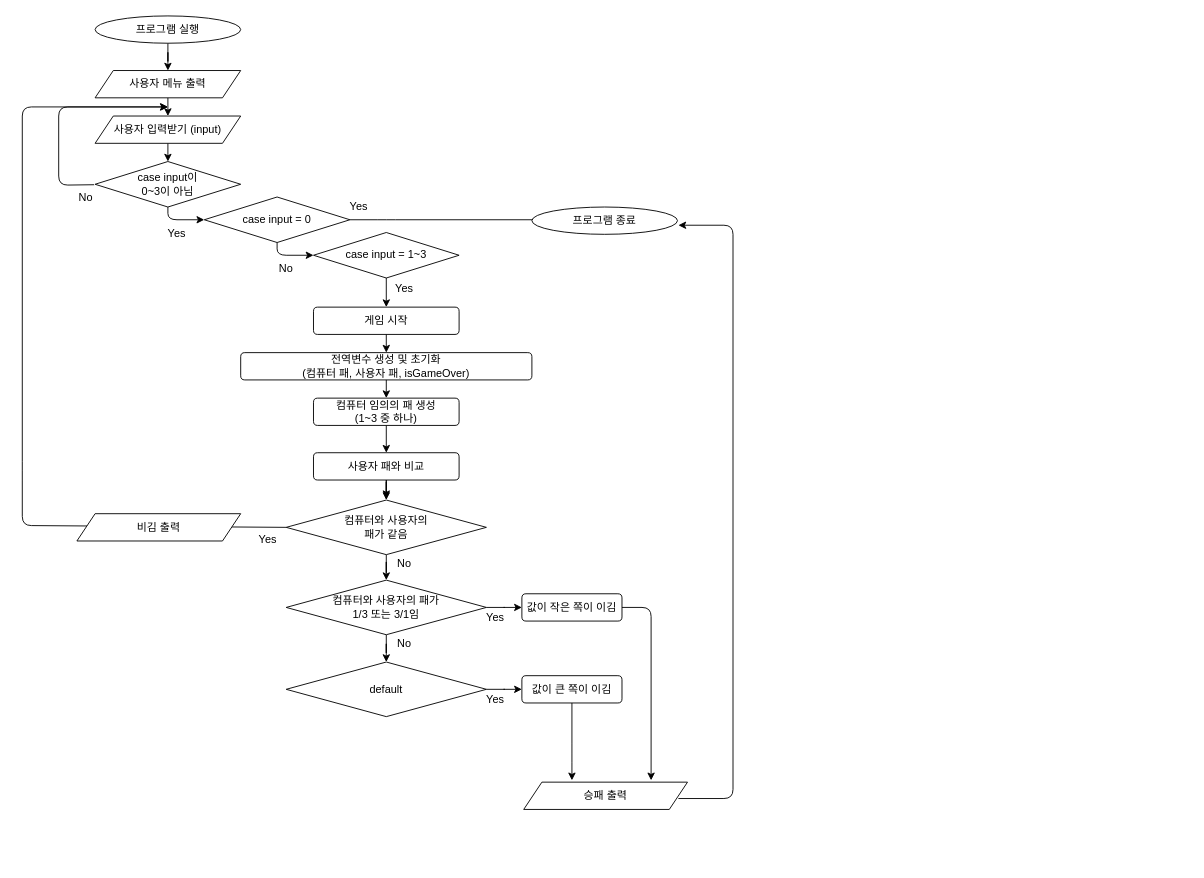
This is rockPaperScissors.drawio from just1103/Swift_Syntax, a draw.io file, before an edit. Source tidied: cells renumbered, new cells numbered last; positions are measured from the earlier drawing's top-left corner, leaving out a move shared by most shapes. Both pictures are drawn from the tidied source at 91%, with x=0, y=0 at pixel (22, 15).
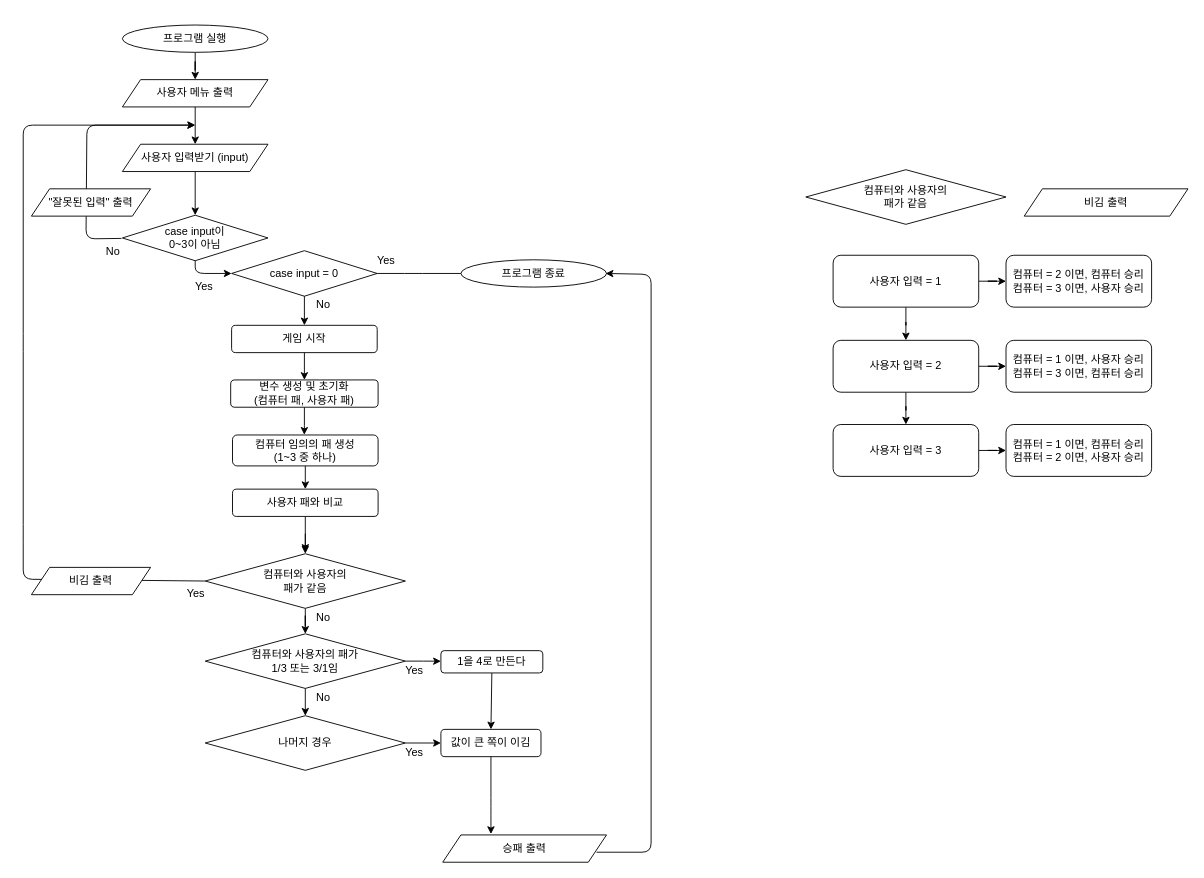
Above is the later version.

The edit, as a diff of the source:
```diff
@@
     <mxCell id="3" value="프로그램 실행" style="ellipse;whiteSpace=wrap;html=1;" parent="1" vertex="1">
-      <mxGeometry x="80" width="160" height="30" as="geometry" />
+      <mxGeometry x="110" y="10" width="160" height="30" as="geometry" />
     </mxCell>
-    <mxCell id="4" style="edgeStyle=orthogonalEdgeStyle;rounded=0;orthogonalLoop=1;jettySize=auto;html=1;entryX=0.5;entryY=0;entryDx=0;entryDy=0;" parent="1" edge="1">
-      <mxGeometry relative="1" as="geometry">
-        <mxPoint x="160" y="90" as="sourcePoint" />
-        <mxPoint x="160" y="110" as="targetPoint" />
-      </mxGeometry>
-    </mxCell>
     <mxCell id="5" value="&lt;font style=&quot;font-size: 12px&quot;&gt;case input이 &lt;br&gt;0~3이 아님&lt;br&gt;&lt;/font&gt;" style="rhombus;whiteSpace=wrap;html=1;" parent="1" vertex="1">
-      <mxGeometry x="80" y="160" width="160" height="50" as="geometry" />
+      <mxGeometry x="110" y="219" width="160" height="50" as="geometry" />
     </mxCell>
     <mxCell id="6" style="endArrow=classic;html=1;" parent="1" edge="1">
       <mxGeometry relative="1" as="geometry">
-        <mxPoint x="79" y="185.5" as="sourcePoint" />
-        <mxPoint x="160" y="100" as="targetPoint" />
+        <mxPoint x="109" y="244.5" as="sourcePoint" />
+        <mxPoint x="190" y="120" as="targetPoint" />
         <Array as="points">
-          <mxPoint x="40" y="186" />
-          <mxPoint x="40" y="100" />
+          <mxPoint x="70" y="245" />
+          <mxPoint x="71" y="120" />
         </Array>
       </mxGeometry>
     </mxCell>
     <mxCell id="7" style="endArrow=classic;html=1;exitX=0.5;exitY=1;exitDx=0;exitDy=0;entryX=0;entryY=0.5;entryDx=0;entryDy=0;" parent="1" edge="1" source="5" target="13">
       <mxGeometry relative="1" as="geometry">
         <Array as="points">
-          <mxPoint x="160" y="224" />
+          <mxPoint x="190" y="283" />
         </Array>
       </mxGeometry>
     </mxCell>
-    <mxCell id="8" style="endArrow=classic;html=1;" parent="1" edge="1">
+    <mxCell id="8" style="endArrow=classic;html=1;exitX=0.5;exitY=1;exitDx=0;exitDy=0;entryX=0.5;entryY=0;entryDx=0;entryDy=0;" parent="1" edge="1" target="20">
       <mxGeometry relative="1" as="geometry">
-        <mxPoint x="400" y="280" as="sourcePoint" />
-        <mxPoint x="400" y="320" as="targetPoint" />
+        <mxPoint x="310" y="307" as="sourcePoint" />
       </mxGeometry>
     </mxCell>
     <mxCell id="9" value="No" style="text;html=1;strokeColor=none;fillColor=none;align=center;verticalAlign=middle;whiteSpace=wrap;rounded=0;" parent="1" vertex="1">
-      <mxGeometry x="50" y="190" width="40" height="20" as="geometry" />
+      <mxGeometry x="80" y="249" width="40" height="20" as="geometry" />
     </mxCell>
     <mxCell id="10" value="Yes" style="text;html=1;strokeColor=none;fillColor=none;align=center;verticalAlign=middle;whiteSpace=wrap;rounded=0;" parent="1" vertex="1">
-      <mxGeometry x="150" y="229" width="40" height="20" as="geometry" />
+      <mxGeometry x="180" y="288" width="40" height="20" as="geometry" />
     </mxCell>
     <mxCell id="11" value="Yes" style="text;html=1;strokeColor=none;fillColor=none;align=center;verticalAlign=middle;whiteSpace=wrap;rounded=0;" parent="1" vertex="1">
-      <mxGeometry x="350" y="200" width="40" height="20" as="geometry" />
+      <mxGeometry x="380" y="259" width="40" height="20" as="geometry" />
     </mxCell>
-    <mxCell id="12" style="edgeStyle=orthogonalEdgeStyle;rounded=0;jettySize=auto;html=1;entryX=0.5;entryY=0;entryDx=0;entryDy=0;exitX=0.5;exitY=1;exitDx=0;exitDy=0;" parent="1" edge="1" target="5">
-      <mxGeometry relative="1" as="geometry">
-        <mxPoint x="160" y="140" as="sourcePoint" />
-      </mxGeometry>
-    </mxCell>
     <mxCell id="13" value="case input = 0" style="rhombus;whiteSpace=wrap;html=1;" parent="1" vertex="1">
-      <mxGeometry x="200" y="199" width="160" height="50" as="geometry" />
+      <mxGeometry x="230" y="258" width="160" height="50" as="geometry" />
     </mxCell>
     <mxCell id="14" value="No" style="text;html=1;strokeColor=none;fillColor=none;align=center;verticalAlign=middle;whiteSpace=wrap;rounded=0;" parent="1" vertex="1">
-      <mxGeometry x="270" y="268" width="40" height="20" as="geometry" />
+      <mxGeometry x="311" y="308" width="40" height="20" as="geometry" />
     </mxCell>
     <mxCell id="15" style="endArrow=classic;html=1;exitX=1;exitY=0.5;exitDx=0;exitDy=0;" parent="1" edge="1">
       <mxGeometry relative="1" as="geometry">
-        <mxPoint x="360" y="224" as="sourcePoint" />
-        <mxPoint x="590" y="224" as="targetPoint" />
+        <mxPoint x="390" y="283" as="sourcePoint" />
+        <mxPoint x="620" y="283" as="targetPoint" />
         <Array as="points">
-          <mxPoint x="400" y="224" />
+          <mxPoint x="430" y="283" />
         </Array>
       </mxGeometry>
     </mxCell>
-    <mxCell id="16" value="case input = 1~3" style="rhombus;whiteSpace=wrap;html=1;" parent="1" vertex="1">
-      <mxGeometry x="320" y="238" width="160" height="50" as="geometry" />
-    </mxCell>
-    <mxCell id="17" style="endArrow=classic;html=1;entryX=0;entryY=0.5;entryDx=0;entryDy=0;exitX=0.5;exitY=1;exitDx=0;exitDy=0;" parent="1" edge="1" source="13" target="16">
-      <mxGeometry relative="1" as="geometry">
-        <Array as="points">
-          <mxPoint x="280" y="263" />
-        </Array>
-      </mxGeometry>
-    </mxCell>
     <mxCell id="18" value="프로그램 종료" style="ellipse;whiteSpace=wrap;html=1;" parent="1" vertex="1">
-      <mxGeometry x="560" y="210" width="160" height="30" as="geometry" />
+      <mxGeometry x="482" y="268" width="160" height="30" as="geometry" />
     </mxCell>
-    <mxCell id="19" value="Yes" style="text;html=1;strokeColor=none;fillColor=none;align=center;verticalAlign=middle;whiteSpace=wrap;rounded=0;" parent="1" vertex="1">
-      <mxGeometry x="400" y="290" width="40" height="20" as="geometry" />
-    </mxCell>
     <mxCell id="20" value="게임 시작" style="rounded=1;whiteSpace=wrap;html=1;" parent="1" vertex="1">
-      <mxGeometry x="320" y="320" width="160" height="30" as="geometry" />
+      <mxGeometry x="230" y="340" width="160" height="30" as="geometry" />
     </mxCell>
@@
     <mxCell id="22" value="사용자 패와 비교" style="rounded=1;whiteSpace=wrap;html=1;" parent="1" vertex="1">
-      <mxGeometry x="320" y="480" width="160" height="30" as="geometry" />
+      <mxGeometry x="231" y="520" width="160" height="30" as="geometry" />
     </mxCell>
     <mxCell id="23" style="endArrow=classic;html=1;exitX=0;exitY=0.5;exitDx=0;exitDy=0;" parent="1" edge="1" source="31">
       <mxGeometry relative="1" as="geometry">
-        <mxPoint x="160" y="100" as="targetPoint" />
+        <mxPoint x="190" y="120" as="targetPoint" />
         <Array as="points">
-          <mxPoint y="560" />
-          <mxPoint y="500" />
-          <mxPoint y="100" />
+          <mxPoint x="1" y="619" />
+          <mxPoint x="1" y="569" />
+          <mxPoint x="1" y="359" />
+          <mxPoint x="1" y="120" />
+          <mxPoint x="91" y="120" />
         </Array>
       </mxGeometry>
     </mxCell>
     <mxCell id="24" value="Yes" style="text;html=1;strokeColor=none;fillColor=none;align=center;verticalAlign=middle;whiteSpace=wrap;rounded=0;" parent="1" vertex="1">
-      <mxGeometry x="250" y="565" width="40" height="21" as="geometry" />
+      <mxGeometry x="171" y="624" width="40" height="21" as="geometry" />
     </mxCell>
+    <mxCell id="51" style="edgeStyle=orthogonalEdgeStyle;rounded=0;jettySize=auto;html=1;entryX=0.493;entryY=-0.006;entryDx=0;entryDy=0;entryPerimeter=0;" parent="1" edge="1" source="25" target="26">
+      <mxGeometry relative="1" as="geometry" />
+    </mxCell>
-    <mxCell id="25" value="전역변수 생성 및 초기화&lt;br&gt;(컴퓨터 패, 사용자 패, isGameOver)" style="rounded=1;whiteSpace=wrap;html=1;" parent="1" vertex="1">
-      <mxGeometry x="240" y="370" width="320" height="30" as="geometry" />
+    <mxCell id="25" value="변수 생성 및 초기화&lt;br&gt;(컴퓨터 패, 사용자 패)" style="rounded=1;whiteSpace=wrap;html=1;" parent="1" vertex="1">
+      <mxGeometry x="229" y="400" width="162" height="30" as="geometry" />
     </mxCell>
     <mxCell id="26" value="컴퓨터 임의의 패 생성 &lt;br&gt;(1~3 중 하나)" style="rounded=1;whiteSpace=wrap;html=1;" parent="1" vertex="1">
-      <mxGeometry x="320" y="420" width="160" height="30" as="geometry" />
+      <mxGeometry x="231" y="460.5" width="160" height="34" as="geometry" />
     </mxCell>
+    <mxCell id="52" style="edgeStyle=orthogonalEdgeStyle;rounded=0;jettySize=auto;html=1;" parent="1" edge="1" source="27" target="44">
+      <mxGeometry relative="1" as="geometry" />
+    </mxCell>
     <mxCell id="27" value="사용자 메뉴 출력" style="shape=parallelogram;perimeter=parallelogramPerimeter;whiteSpace=wrap;html=1;fixedSize=1;" parent="1" vertex="1">
-      <mxGeometry x="80" y="60" width="160" height="30" as="geometry" />
+      <mxGeometry x="110" y="70" width="160" height="30" as="geometry" />
     </mxCell>
     <mxCell id="28" style="endArrow=classic;html=1;" parent="1" edge="1">
       <mxGeometry relative="1" as="geometry">
-        <mxPoint x="721" y="860" as="sourcePoint" />
-        <mxPoint x="721" y="230" as="targetPoint" />
+        <mxPoint x="631" y="919" as="sourcePoint" />
+        <mxPoint x="641" y="283" as="targetPoint" />
         <Array as="points">
-          <mxPoint x="781" y="860" />
-          <mxPoint x="781" y="230" />
+          <mxPoint x="691" y="919" />
+          <mxPoint x="691" y="284" />
         </Array>
       </mxGeometry>
     </mxCell>
-    <mxCell id="29" style="endArrow=classic;html=1;exitX=1;exitY=0.5;exitDx=0;exitDy=0;" parent="1" edge="1" source="40">
-      <mxGeometry relative="1" as="geometry">
-        <mxPoint x="691" y="840" as="targetPoint" />
-        <Array as="points">
-          <mxPoint x="691" y="650" />
-        </Array>
-      </mxGeometry>
+    <mxCell id="29" style="endArrow=classic;html=1;exitX=0.5;exitY=1;exitDx=0;exitDy=0;entryX=0.5;entryY=0;entryDx=0;entryDy=0;" parent="1" edge="1" source="67" target="43">
+      <mxGeometry relative="1" as="geometry" />
     </mxCell>
@@
     <mxCell id="31" value="컴퓨터와 사용자의&lt;br&gt;패가 같음" style="rhombus;whiteSpace=wrap;html=1;" parent="1" vertex="1">
-      <mxGeometry x="290" y="532" width="220" height="60" as="geometry" />
+      <mxGeometry x="201" y="591" width="220" height="60" as="geometry" />
     </mxCell>
@@
-    <mxCell id="33" style="endArrow=classic;html=1;exitX=0.5;exitY=1;exitDx=0;exitDy=0;entryX=0.5;entryY=0;entryDx=0;entryDy=0;" parent="1" edge="1" target="26">
-      <mxGeometry relative="1" as="geometry">
-        <mxPoint x="400" y="400" as="sourcePoint" />
-      </mxGeometry>
-    </mxCell>
@@
     <mxCell id="35" style="endArrow=classic;html=1;entryX=0.5;entryY=0;entryDx=0;entryDy=0;" parent="1" edge="1">
       <mxGeometry relative="1" as="geometry">
-        <mxPoint x="400" y="510" as="sourcePoint" />
-        <mxPoint x="400" y="530" as="targetPoint" />
+        <mxPoint x="311" y="569" as="sourcePoint" />
+        <mxPoint x="311" y="589" as="targetPoint" />
       </mxGeometry>
     </mxCell>
-    <mxCell id="36" style="edgeStyle=orthogonalEdgeStyle;rounded=0;jettySize=auto;html=1;" parent="1" edge="1" source="38" target="40">
-      <mxGeometry relative="1" as="geometry" />
+    <mxCell id="36" style="edgeStyle=orthogonalEdgeStyle;rounded=0;jettySize=auto;html=1;" parent="1" edge="1" source="38">
+      <mxGeometry relative="1" as="geometry">
+        <mxPoint x="460" y="709.1" as="targetPoint" />
+      </mxGeometry>
     </mxCell>
-    <mxCell id="37" style="edgeStyle=orthogonalEdgeStyle;rounded=0;jettySize=auto;html=1;" parent="1" edge="1" source="38" target="42">
-      <mxGeometry relative="1" as="geometry" />
-    </mxCell>
     <mxCell id="38" value="컴퓨터와 사용자의 패가 &lt;br&gt;1/3 또는 3/1임" style="rhombus;whiteSpace=wrap;html=1;" parent="1" vertex="1">
-      <mxGeometry x="290" y="620" width="220" height="60" as="geometry" />
+      <mxGeometry x="201" y="679" width="220" height="60" as="geometry" />
     </mxCell>
     <mxCell id="39" value="No" style="text;html=1;strokeColor=none;fillColor=none;align=center;verticalAlign=middle;whiteSpace=wrap;rounded=0;" parent="1" vertex="1">
-      <mxGeometry x="400" y="592" width="40" height="20" as="geometry" />
+      <mxGeometry x="311" y="651" width="40" height="20" as="geometry" />
     </mxCell>
-    <mxCell id="40" value="값이 작은 쪽이 이김" style="rounded=1;whiteSpace=wrap;html=1;" parent="1" vertex="1">
-      <mxGeometry x="549" y="635" width="110" height="30" as="geometry" />
-    </mxCell>
-    <mxCell id="41" style="edgeStyle=orthogonalEdgeStyle;rounded=0;jettySize=auto;html=1;" parent="1" edge="1" source="42" target="43">
-      <mxGeometry relative="1" as="geometry" />
-    </mxCell>
-    <mxCell id="42" value="default" style="rhombus;whiteSpace=wrap;html=1;" parent="1" vertex="1">
-      <mxGeometry x="290" y="710" width="220" height="60" as="geometry" />
-    </mxCell>
     <mxCell id="43" value="값이 큰 쪽이 이김" style="rounded=1;whiteSpace=wrap;html=1;" parent="1" vertex="1">
-      <mxGeometry x="549" y="725" width="110" height="30" as="geometry" />
+      <mxGeometry x="460" y="784" width="110" height="30" as="geometry" />
     </mxCell>
+    <mxCell id="53" style="edgeStyle=orthogonalEdgeStyle;rounded=0;jettySize=auto;html=1;" parent="1" edge="1" source="44" target="5">
+      <mxGeometry relative="1" as="geometry" />
+    </mxCell>
     <mxCell id="44" value="사용자 입력받기 (input)" style="shape=parallelogram;perimeter=parallelogramPerimeter;whiteSpace=wrap;html=1;fixedSize=1;" parent="1" vertex="1">
-      <mxGeometry x="80" y="110" width="160" height="30" as="geometry" />
+      <mxGeometry x="110" y="141" width="160" height="30" as="geometry" />
     </mxCell>
     <mxCell id="45" value="승패 출력" style="shape=parallelogram;perimeter=parallelogramPerimeter;whiteSpace=wrap;html=1;fixedSize=1;" parent="1" vertex="1">
-      <mxGeometry x="551" y="842" width="180" height="30" as="geometry" />
+      <mxGeometry x="462" y="900" width="180" height="30" as="geometry" />
     </mxCell>
     <mxCell id="46" value="Yes" style="text;html=1;strokeColor=none;fillColor=none;align=center;verticalAlign=middle;whiteSpace=wrap;rounded=0;" parent="1" vertex="1">
-      <mxGeometry x="500" y="650" width="40" height="21" as="geometry" />
+      <mxGeometry x="411" y="709" width="40" height="21" as="geometry" />
     </mxCell>
     <mxCell id="47" value="Yes" style="text;html=1;strokeColor=none;fillColor=none;align=center;verticalAlign=middle;whiteSpace=wrap;rounded=0;" parent="1" vertex="1">
-      <mxGeometry x="500" y="740" width="40" height="21" as="geometry" />
+      <mxGeometry x="411" y="799" width="40" height="21" as="geometry" />
     </mxCell>
     <mxCell id="48" value="No" style="text;html=1;strokeColor=none;fillColor=none;align=center;verticalAlign=middle;whiteSpace=wrap;rounded=0;" parent="1" vertex="1">
-      <mxGeometry x="400" y="680" width="40" height="20" as="geometry" />
+      <mxGeometry x="311" y="739" width="40" height="20" as="geometry" />
     </mxCell>
     <mxCell id="49" style="endArrow=classic;html=1;exitX=0.5;exitY=1;exitDx=0;exitDy=0;" parent="1" edge="1" source="43">
       <mxGeometry relative="1" as="geometry">
-        <mxPoint x="604" y="840" as="targetPoint" />
+        <mxPoint x="515" y="899" as="targetPoint" />
         <Array as="points">
-          <mxPoint x="604" y="810" />
+          <mxPoint x="515" y="869" />
         </Array>
       </mxGeometry>
     </mxCell>
     <mxCell id="50" value="비김 출력" style="shape=parallelogram;perimeter=parallelogramPerimeter;whiteSpace=wrap;html=1;fixedSize=1;" parent="1" vertex="1">
-      <mxGeometry x="60" y="547" width="180" height="30" as="geometry" />
+      <mxGeometry x="10" y="606" width="131" height="30" as="geometry" />
     </mxCell>
+    <mxCell id="54" value="&quot;잘못된 입력&quot; 출력" style="shape=parallelogram;perimeter=parallelogramPerimeter;whiteSpace=wrap;html=1;fixedSize=1;" parent="1" vertex="1">
+      <mxGeometry x="10" y="190" width="131" height="30" as="geometry" />
+    </mxCell>
+    <mxCell id="55" style="edgeStyle=orthogonalEdgeStyle;rounded=0;jettySize=auto;html=1;" parent="1" edge="1" source="57" target="60">
+      <mxGeometry relative="1" as="geometry" />
+    </mxCell>
+    <mxCell id="56" style="edgeStyle=orthogonalEdgeStyle;rounded=0;jettySize=auto;html=1;" parent="1" edge="1" source="57" target="63">
+      <mxGeometry relative="1" as="geometry" />
+    </mxCell>
+    <mxCell id="57" value="사용자 입력 = 1" style="rounded=1;whiteSpace=wrap;html=1;" parent="1" vertex="1">
+      <mxGeometry x="891" y="263" width="160" height="57" as="geometry" />
+    </mxCell>
+    <mxCell id="58" style="edgeStyle=orthogonalEdgeStyle;rounded=0;jettySize=auto;html=1;" parent="1" edge="1" source="60" target="62">
+      <mxGeometry relative="1" as="geometry" />
+    </mxCell>
+    <mxCell id="59" style="edgeStyle=orthogonalEdgeStyle;rounded=0;jettySize=auto;html=1;" parent="1" edge="1" source="60" target="64">
+      <mxGeometry relative="1" as="geometry" />
+    </mxCell>
+    <mxCell id="60" value="사용자 입력 = 2" style="rounded=1;whiteSpace=wrap;html=1;" parent="1" vertex="1">
+      <mxGeometry x="891" y="356.5" width="160" height="57" as="geometry" />
+    </mxCell>
+    <mxCell id="61" style="edgeStyle=orthogonalEdgeStyle;rounded=0;jettySize=auto;html=1;" parent="1" edge="1" source="62" target="65">
+      <mxGeometry relative="1" as="geometry" />
+    </mxCell>
+    <mxCell id="62" value="사용자 입력 = 3" style="rounded=1;whiteSpace=wrap;html=1;" parent="1" vertex="1">
+      <mxGeometry x="891" y="449" width="160" height="57" as="geometry" />
+    </mxCell>
+    <mxCell id="63" value="컴퓨터 = 2 이면, 컴퓨터 승리&lt;br&gt;컴퓨터 = 3 이면, 사용자 승리" style="rounded=1;whiteSpace=wrap;html=1;" parent="1" vertex="1">
+      <mxGeometry x="1081" y="263" width="160" height="57" as="geometry" />
+    </mxCell>
+    <mxCell id="64" value="컴퓨터 = 1 이면, 사용자 승리&lt;br&gt;컴퓨터 = 3 이면, 컴퓨터 승리" style="rounded=1;whiteSpace=wrap;html=1;" parent="1" vertex="1">
+      <mxGeometry x="1081" y="356.5" width="160" height="57" as="geometry" />
+    </mxCell>
+    <mxCell id="65" value="컴퓨터 = 1 이면, 컴퓨터 승리&lt;br&gt;컴퓨터 = 2 이면, 사용자 승리" style="rounded=1;whiteSpace=wrap;html=1;" parent="1" vertex="1">
+      <mxGeometry x="1081" y="449" width="160" height="57" as="geometry" />
+    </mxCell>
+    <mxCell id="66" value="나머지 경우" style="rhombus;whiteSpace=wrap;html=1;" parent="1" vertex="1">
+      <mxGeometry x="201" y="769" width="220" height="60" as="geometry" />
+    </mxCell>
+    <mxCell id="67" value="1을 4로 만든다" style="rounded=1;whiteSpace=wrap;html=1;" parent="1" vertex="1">
+      <mxGeometry x="460" y="697.5" width="112" height="24.5" as="geometry" />
+    </mxCell>
+    <mxCell id="68" value="컴퓨터와 사용자의&lt;br&gt;패가 같음" style="rhombus;whiteSpace=wrap;html=1;" parent="1" vertex="1">
+      <mxGeometry x="861" y="169" width="220" height="60" as="geometry" />
+    </mxCell>
+    <mxCell id="69" value="비김 출력" style="shape=parallelogram;perimeter=parallelogramPerimeter;whiteSpace=wrap;html=1;fixedSize=1;" parent="1" vertex="1">
+      <mxGeometry x="1101" y="190" width="180" height="30" as="geometry" />
+    </mxCell>
+    <mxCell id="70" style="endArrow=classic;html=1;exitX=0.5;exitY=1;exitDx=0;exitDy=0;entryX=0.5;entryY=0;entryDx=0;entryDy=0;" parent="1" edge="1" source="38" target="66">
+      <mxGeometry relative="1" as="geometry" />
+    </mxCell>
+    <mxCell id="71" style="edgeStyle=orthogonalEdgeStyle;rounded=0;jettySize=auto;html=1;exitX=0.25;exitY=0;exitDx=0;exitDy=0;entryX=0;entryY=0.5;entryDx=0;entryDy=0;" parent="1" edge="1" source="47" target="43">
+      <mxGeometry relative="1" as="geometry" />
+    </mxCell>
```
